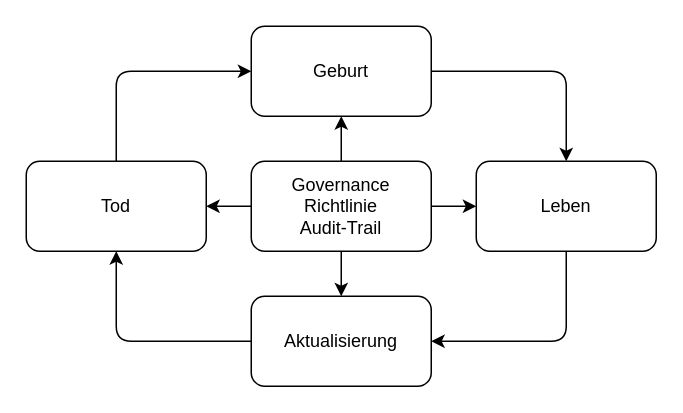
Above: seminararbeit/assets/idlc.drawio in m-heim/IT-GRC (draw.io), before the change. Source tidied: cells renumbered, new cells numbered last; positions are measured from the earlier drawing's top-left corner, leaving out a move shared by most shapes. Both pictures are drawn from the tidied source at 150%, with x=0, y=0 at pixel (26, 26).
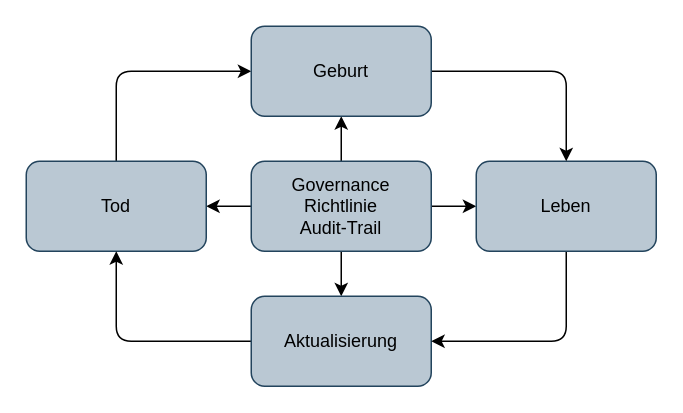
The same diagram, later.

Change to the diagram source:
```diff
@@
-    <mxCell id="6" value="Governance&lt;br&gt;Richtlinie&lt;br&gt;Audit-Trail" style="rounded=1;whiteSpace=wrap;html=1;" parent="1" vertex="1">
+    <mxCell id="6" value="Governance&lt;br&gt;Richtlinie&lt;br&gt;Audit-Trail" style="rounded=1;whiteSpace=wrap;html=1;fillColor=#bac8d3;strokeColor=#23445d;fontColor=#000000;" parent="1" vertex="1">
       <mxGeometry x="150" y="90" width="120" height="60" as="geometry" />
     </mxCell>
@@
-    <mxCell id="8" value="Tod" style="rounded=1;whiteSpace=wrap;html=1;" parent="1" vertex="1">
+    <mxCell id="8" value="Tod" style="rounded=1;whiteSpace=wrap;html=1;fillColor=#bac8d3;strokeColor=#23445d;fontColor=#000000;" parent="1" vertex="1">
       <mxGeometry y="90" width="120" height="60" as="geometry" />
     </mxCell>
@@
-    <mxCell id="10" value="Aktualisierung&lt;br&gt;" style="rounded=1;whiteSpace=wrap;html=1;" parent="1" vertex="1">
+    <mxCell id="10" value="Aktualisierung&lt;br&gt;" style="rounded=1;whiteSpace=wrap;html=1;fillColor=#bac8d3;strokeColor=#23445d;fontColor=#000000;" parent="1" vertex="1">
       <mxGeometry x="150" y="180" width="120" height="60" as="geometry" />
     </mxCell>
@@
-    <mxCell id="12" value="Leben" style="rounded=1;whiteSpace=wrap;html=1;" parent="1" vertex="1">
+    <mxCell id="12" value="Leben" style="rounded=1;whiteSpace=wrap;html=1;fillColor=#bac8d3;strokeColor=#23445d;fontColor=#000000;" parent="1" vertex="1">
       <mxGeometry x="300" y="90" width="120" height="60" as="geometry" />
     </mxCell>
@@
-    <mxCell id="14" value="Geburt" style="rounded=1;whiteSpace=wrap;html=1;" parent="1" vertex="1">
+    <mxCell id="14" value="Geburt" style="rounded=1;whiteSpace=wrap;html=1;fillColor=#bac8d3;strokeColor=#23445d;fontColor=#000000;" parent="1" vertex="1">
       <mxGeometry x="150" width="120" height="60" as="geometry" />
     </mxCell>
```
